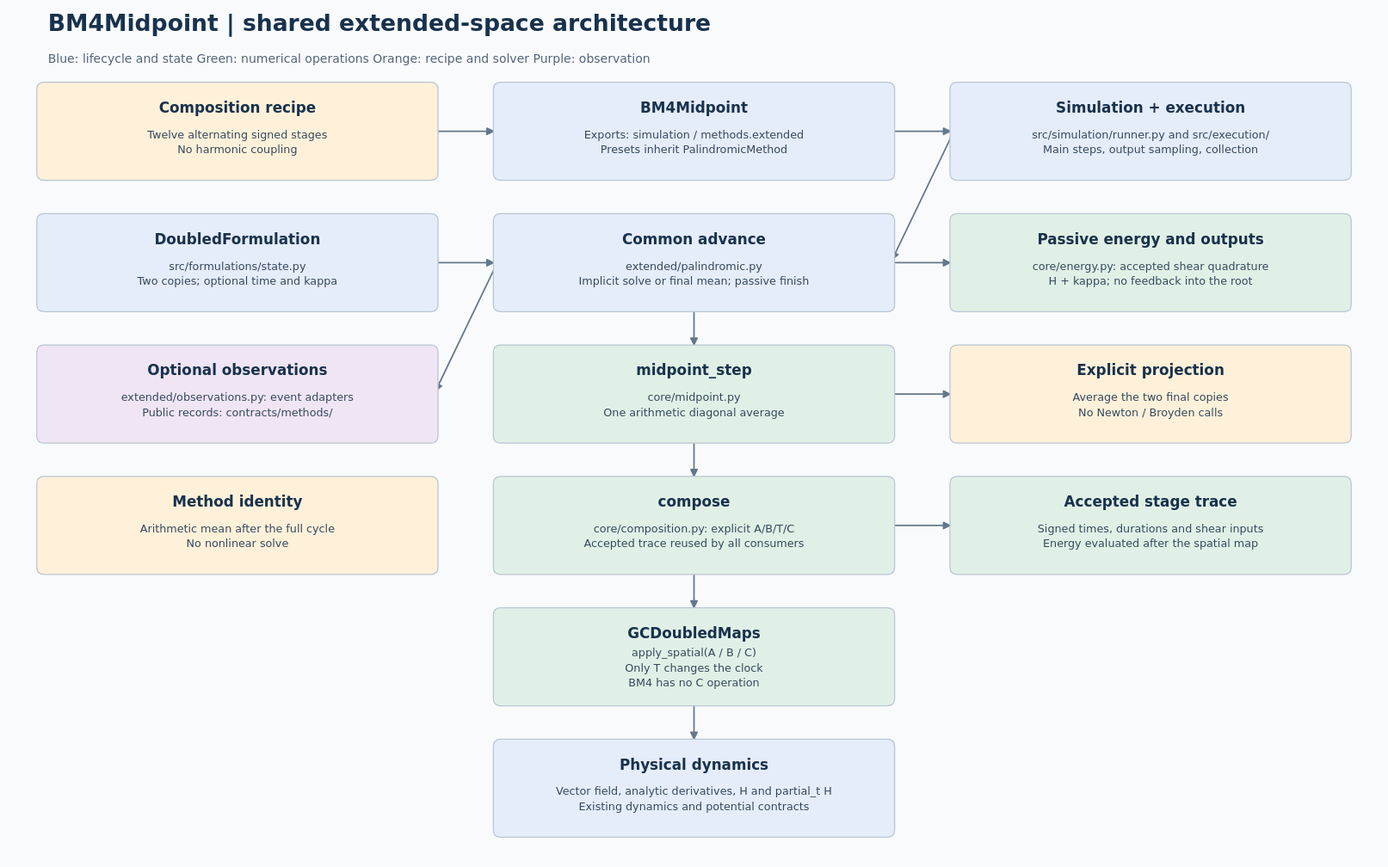
The PlantUML diagram docs/models/bm4-midpoint/simulation/bm4-midpoint-simulation-architecture.svg in Jugibe-52/GC2D_intranet, before a commit. Its source is kept beside it as docs/models/bm4-midpoint/simulation/bm4-midpoint-simulation-architecture.puml.
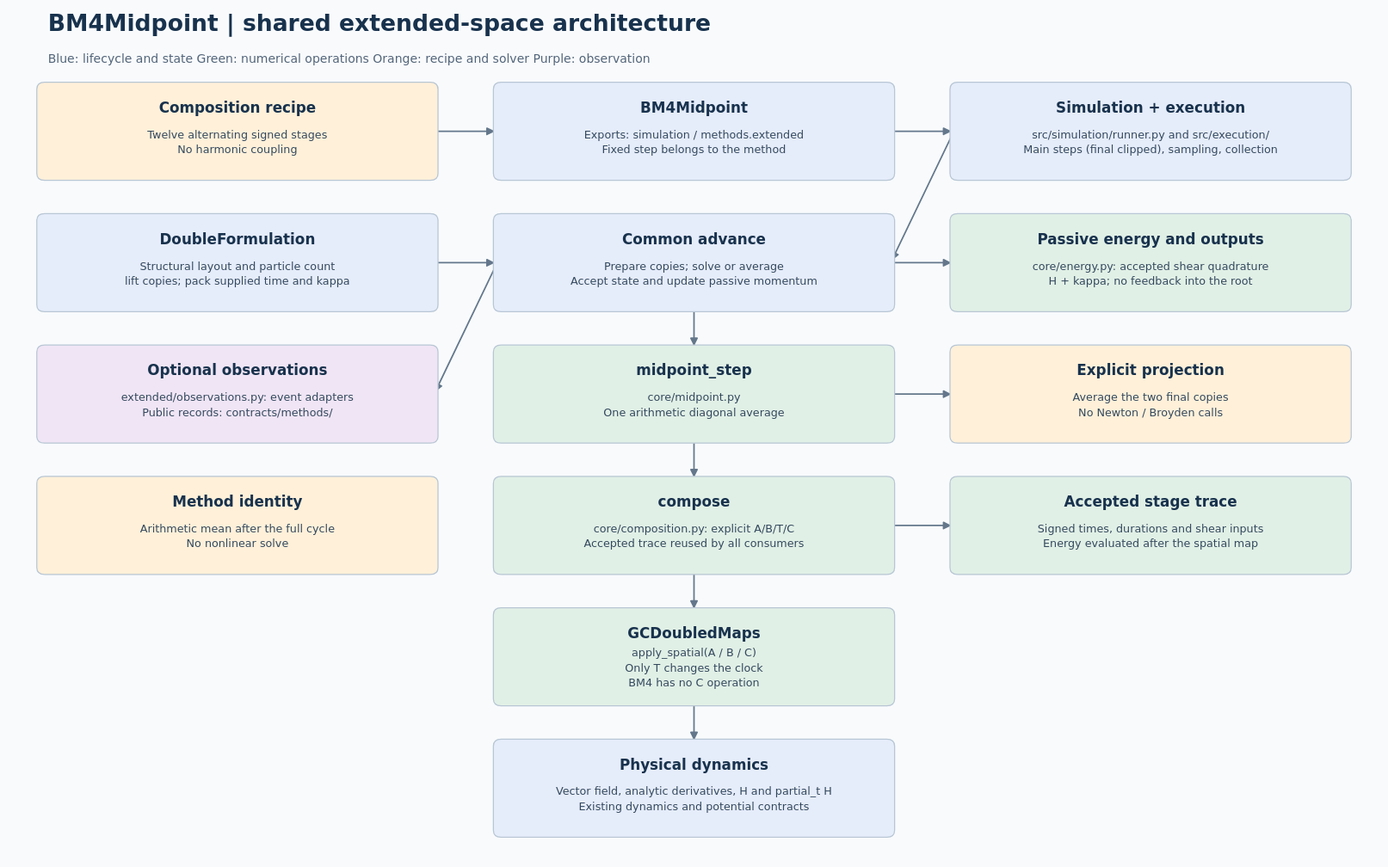
After the commit.

The edit, as a diff of the source:
```diff
@@ -3,10 +3,10 @@
   graph [rankdir=TB, bgcolor="#f8fafc"];
   node [shape=box, style="rounded,filled", fontname="DejaVu Sans"];
   recipe [label="Composition recipe\nTwelve alternating signed stages\nNo harmonic coupling", fillcolor="#fff0d9"];
-  method [label="BM4Midpoint\nExports: simulation / methods.extended\nPresets inherit PalindromicMethod", fillcolor="#e5ecfa"];
-  driver [label="Simulation + execution\nsrc/simulation/runner.py and src/execution/\nMain steps, output sampling, collection", fillcolor="#e5ecfa"];
-  state [label="DoubledFormulation\nsrc/formulations/state.py\nTwo copies; optional time and kappa", fillcolor="#e5ecfa"];
-  advance [label="Common advance\nextended/palindromic.py\nImplicit solve or final mean; passive finish", fillcolor="#e5ecfa"];
+  method [label="BM4Midpoint\nExports: simulation / methods.extended\nFixed step belongs to the method", fillcolor="#e5ecfa"];
+  driver [label="Simulation + execution\nsrc/simulation/runner.py and src/execution/\nMain steps (final clipped), sampling, collection", fillcolor="#e5ecfa"];
+  state [label="DoubleFormulation\nStructural layout and particle count\nlift copies; pack supplied time and kappa", fillcolor="#e5ecfa"];
+  advance [label="Common advance\nPrepare copies; solve or average\nAccept state and update passive momentum", fillcolor="#e5ecfa"];
   energy [label="Passive energy and outputs\ncore/energy.py: accepted shear quadrature\nH + kappa; no feedback into the root", fillcolor="#e1f0e6"];
   observe [label="Optional observations\nextended/observations.py: event adapters\nPublic records: contracts/methods/", fillcolor="#f0e5f5"];
   projection [label="midpoint_step\ncore/midpoint.py\nOne arithmetic diagonal average", fillcolor="#e1f0e6"];
```
